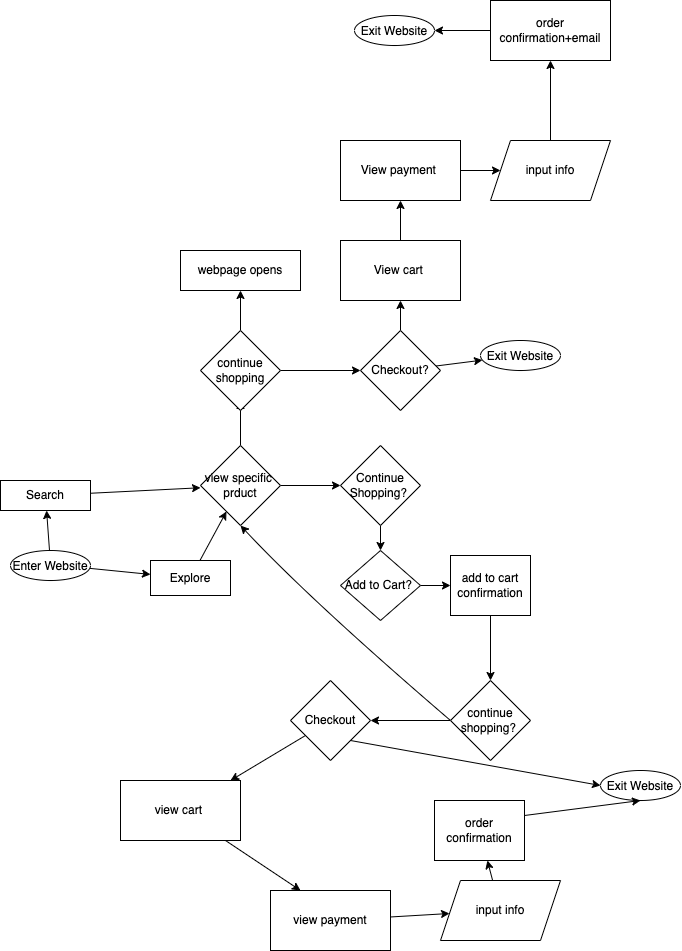
Above: explore/diagramming/diagram.drawio.png in vivin2709/fa22-cse110-lab4 (draw.io), before the change. Source tidied: cells renumbered, new cells last; positions are measured from the earlier drawing's top-left corner, leaving out a move shared by most shapes.
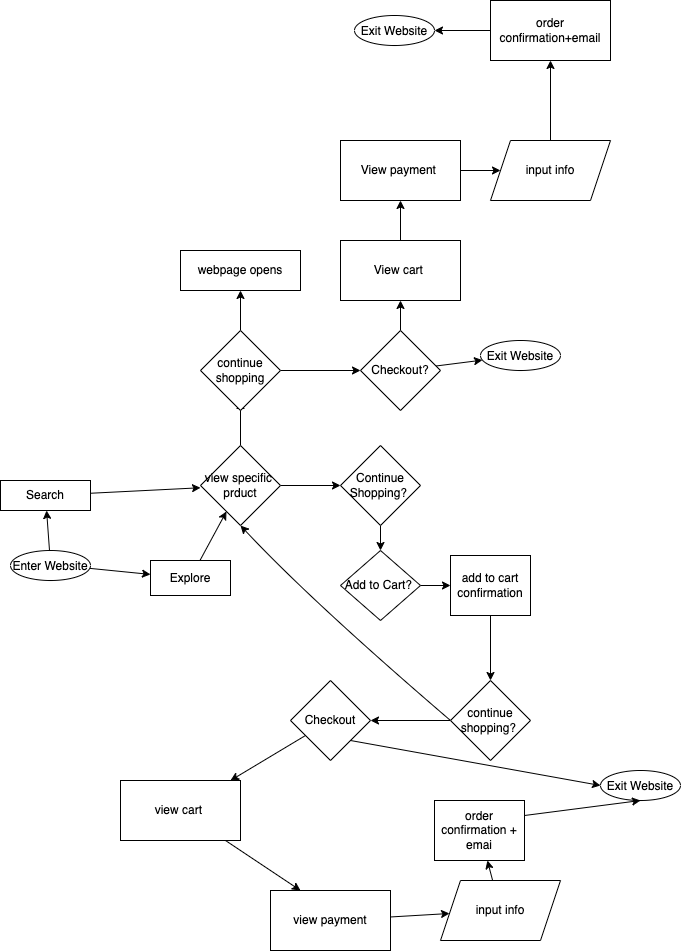
After the commit.

The edit, as a diff of the source:
```diff
@@ -145,7 +145,7 @@
     <mxCell id="46" style="edgeStyle=none;curved=1;html=1;exitX=1;exitY=0.25;exitDx=0;exitDy=0;entryX=0.5;entryY=1;entryDx=0;entryDy=0;" parent="1" edge="1" source="47" target="38">
       <mxGeometry relative="1" as="geometry" />
     </mxCell>
-    <mxCell id="47" value="order confirmation" style="whiteSpace=wrap;html=1;" parent="1" vertex="1">
+    <mxCell id="47" value="order confirmation + emai" style="whiteSpace=wrap;html=1;" parent="1" vertex="1">
       <mxGeometry x="434" y="800" width="90" height="60" as="geometry" />
     </mxCell>
     <mxCell id="48" style="edgeStyle=none;curved=1;html=1;exitX=1;exitY=1;exitDx=0;exitDy=0;entryX=0;entryY=0.5;entryDx=0;entryDy=0;" parent="1" edge="1" source="49" target="38">
```
